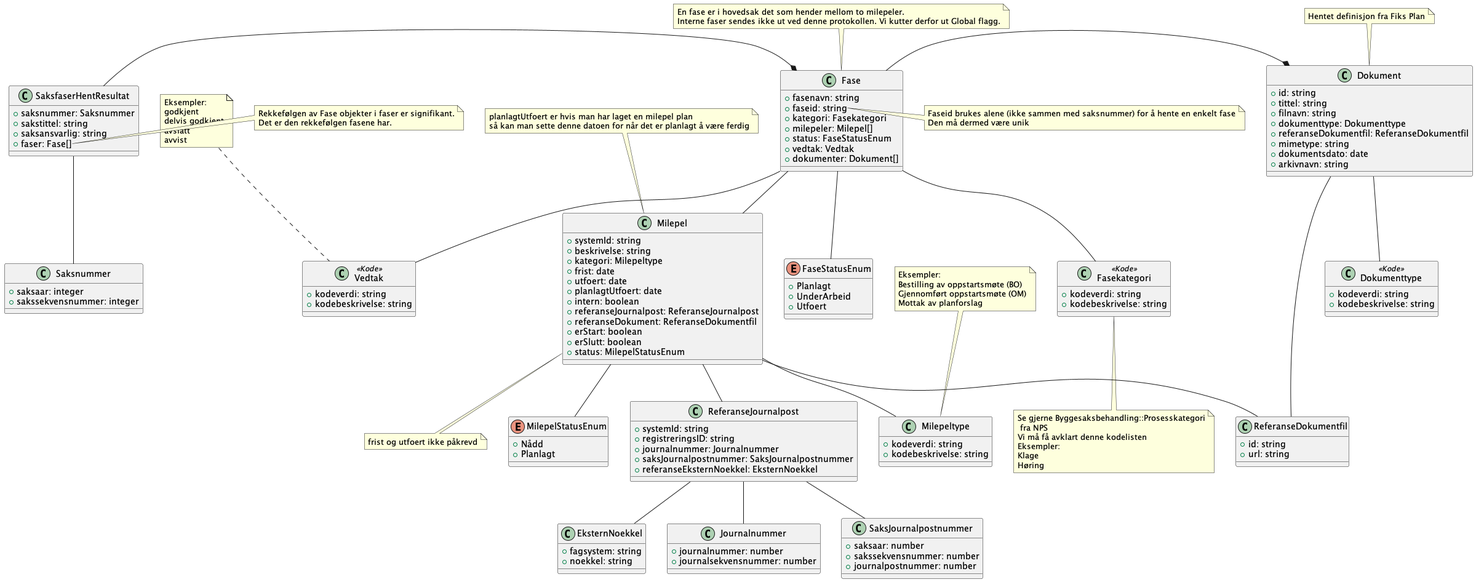
This is Dokumentasjon/V1/ClassDiagrams/no.ks.fiks.saksfaser.v1.saksfaser.hent.resultat/classdiagram.png from ks-no/fiks-saksfaser-specification, a PlantUML export, as it was before one commit.
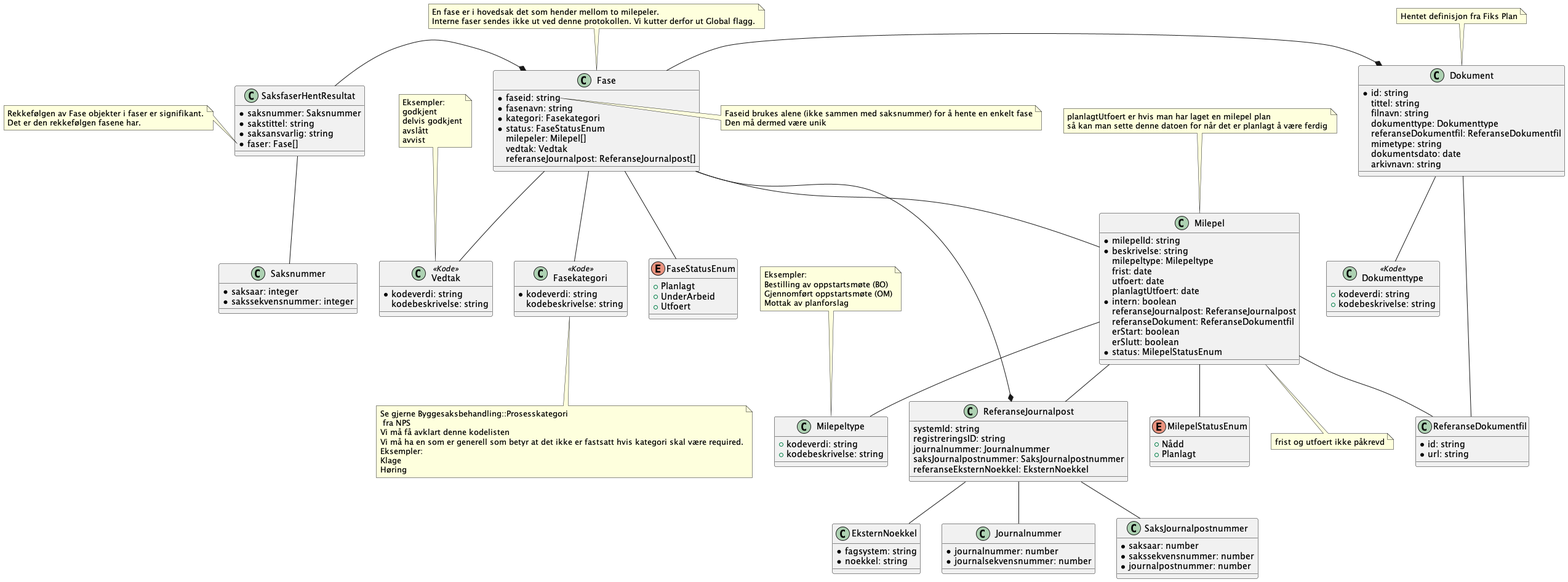
After the commit.

What changed in the source:
```diff
@@ -5,10 +5,10 @@
 !include ./../no.ks.fiks.saksfaser.v1.felles.saksnummer/classdiagram.pu
 
 class SaksfaserHentResultat {
-    +saksnummer: Saksnummer
-    +sakstittel: string
-    +saksansvarlig: string
-    +faser: Fase[]
+    *saksnummer: Saksnummer
+    *sakstittel: string
+    *saksansvarlig: string
+    *faser: Fase[]
 }
 
 note left of SaksfaserHentResultat::faser
```
